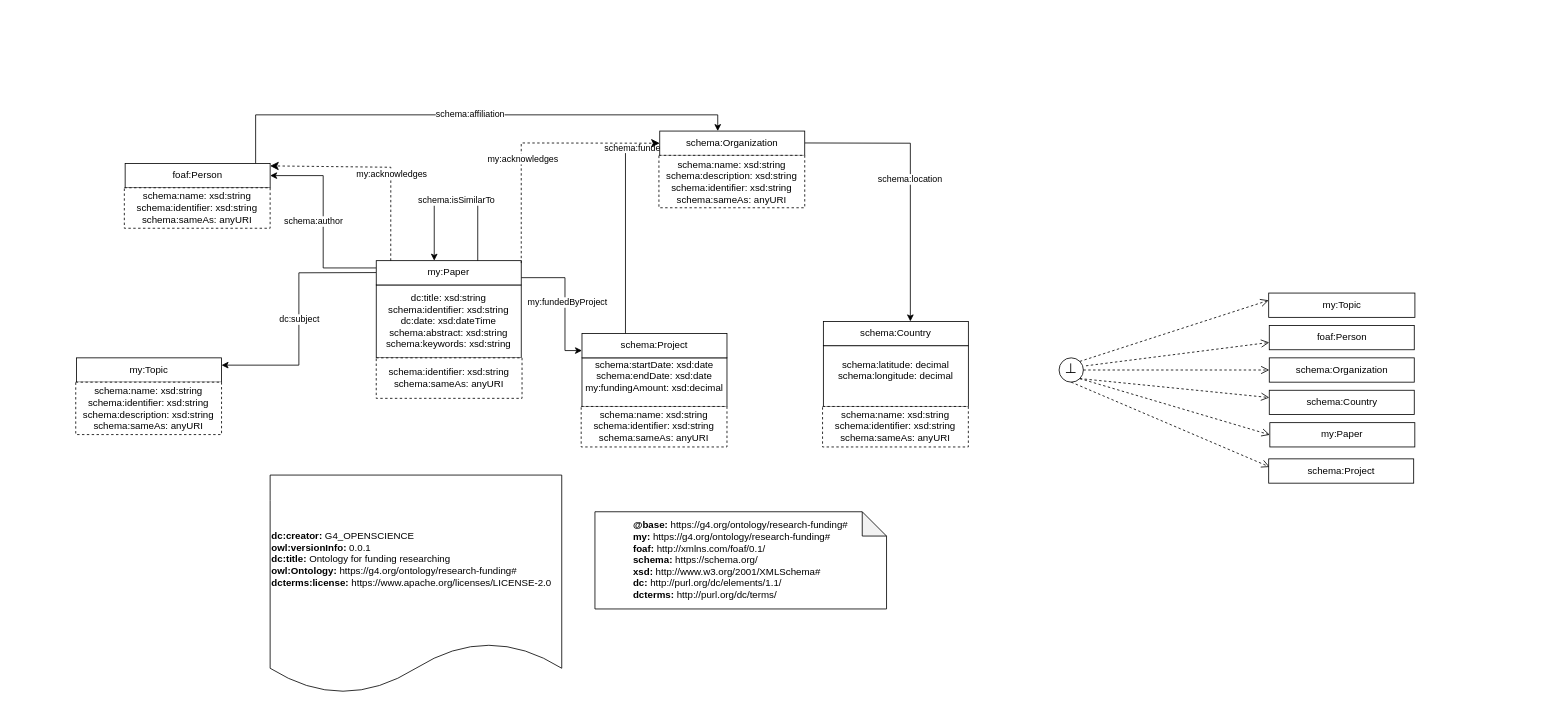
Above: assigment_2/step_1/ontology/ontology.drawio.xml in SergioZSZ/OS-IA-Pipegrobid (draw.io), before the change. Source tidied: cells renumbered, new cells numbered last; positions are measured from the earlier drawing's top-left corner, leaving out a move shared by most shapes. Both pictures are drawn from the tidied source at 81%, with x=0, y=0 at pixel (75, 130).
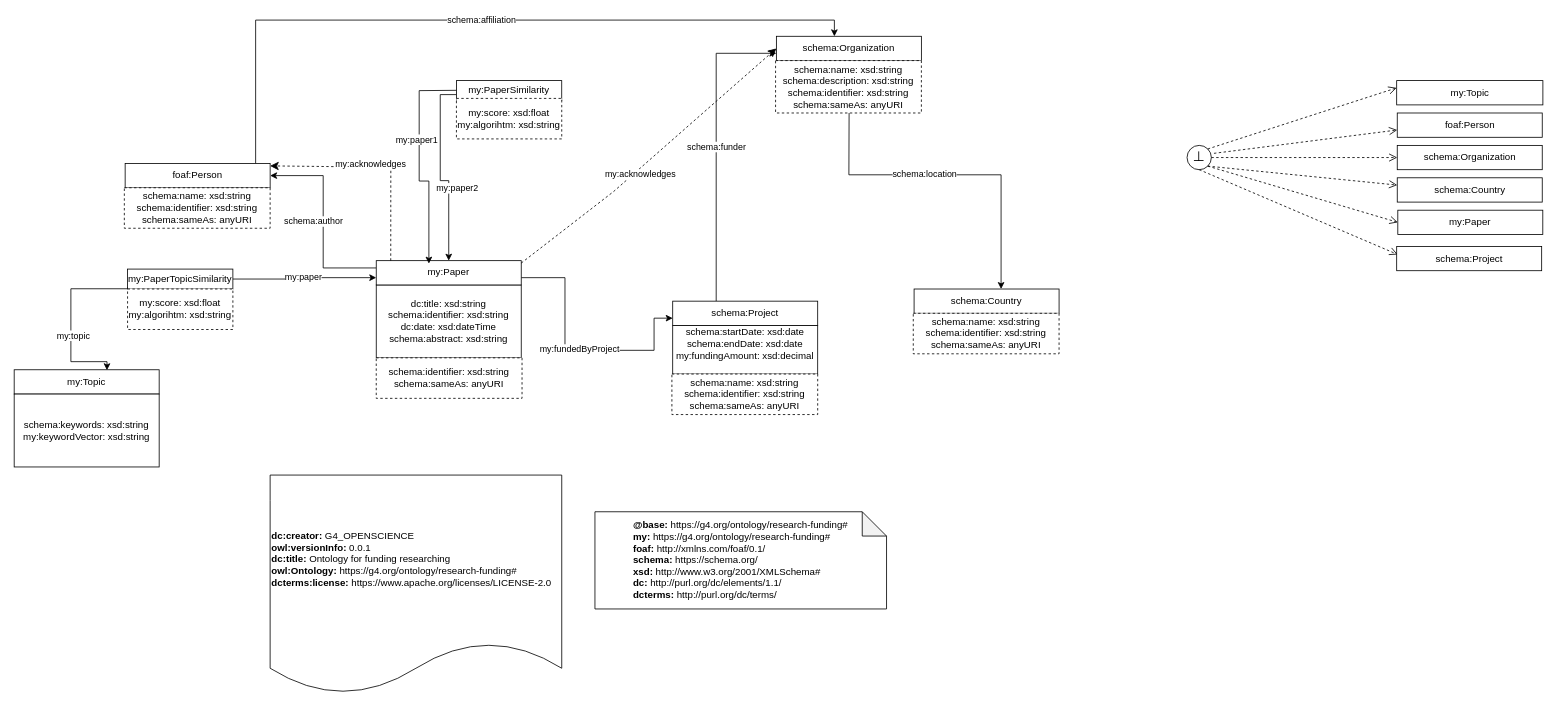
The same page after the edit.

The change refers to these unchanged cells:
```xml
<mxCell id="10" value="my:Paper" style="rounded=0;whiteSpace=wrap;html=1;snapToPoint=1;points=[[0.1,0],[0.2,0],[0.3,0],[0.4,0],[0.5,0],[0.6,0],[0.7,0],[0.8,0],[0.9,0],[0,0.1],[0,0.3],[0,0.5],[0,0.7],[0,0.9],[0.1,1],[0.2,1],[0.3,1],[0.4,1],[0.5,1],[0.6,1],[0.7,1],[0.8,1],[0.9,1],[1,0.1],[1,0.3],[1,0.5],[1,0.7],[1,0.9]];" parent="1" vertex="1">
  <mxGeometry x="371" y="160.3" width="179" height="30" as="geometry" />
</mxCell>
<mxCell id="41" style="endArrow=classic;html=1;exitX=0.1;exitY=0;exitDx=0;exitDy=0;entryX=1;entryY=0.1;entryDx=0;entryDy=0;endSize=8;dashed=1;arcSize=0;rounded=0;" parent="1" edge="1" source="10" target="3">
  <mxGeometry relative="1" as="geometry">
    <Array as="points">
      <mxPoint x="389" y="45" />
    </Array>
  </mxGeometry>
</mxCell>
```

What changed in the source:
```diff
@@
-    <mxCell id="4" value="dc:title: xsd:string&lt;div&gt;schema:identifier: xsd:string&lt;/div&gt;&lt;div&gt;dc:date: xsd:dateTime&lt;/div&gt;&lt;div&gt;schema:abstract: xsd:string&lt;/div&gt;&lt;div&gt;schema:keywords: xsd:string&lt;/div&gt;" style="rounded=0;whiteSpace=wrap;html=1;" parent="1" vertex="1">
+    <mxCell id="4" value="dc:title: xsd:string&lt;div&gt;schema:identifier: xsd:string&lt;/div&gt;&lt;div&gt;dc:date: xsd:dateTime&lt;/div&gt;&lt;div&gt;schema:abstract: xsd:string&lt;/div&gt;" style="rounded=0;whiteSpace=wrap;html=1;" parent="1" vertex="1">
       <mxGeometry x="371" y="190.3" width="179" height="90" as="geometry" />
     </mxCell>
@@
-    <mxCell id="7" value="dc:subject" style="edgeStyle=orthogonalEdgeStyle;rounded=0;jettySize=auto;html=1;entryX=1;entryY=0.3;entryDx=0;entryDy=0;" parent="1" edge="1" source="10" target="16">
-      <mxGeometry relative="1" as="geometry" />
-    </mxCell>
     <mxCell id="8" style="edgeStyle=orthogonalEdgeStyle;rounded=0;jettySize=auto;html=1;exitX=1;exitY=0.7;exitDx=0;exitDy=0;entryX=0;entryY=0.7;entryDx=0;entryDy=0;" parent="1" edge="1" source="10" target="36">
       <mxGeometry relative="1" as="geometry">
         <Array as="points">
           <mxPoint x="604" y="181" />
           <mxPoint x="604" y="271" />
+          <mxPoint x="714" y="271" />
+          <mxPoint x="714" y="231" />
         </Array>
       </mxGeometry>
     </mxCell>
@@
     <mxCell id="12" value="schema:Organization" style="rounded=0;whiteSpace=wrap;html=1;snapToPoint=1;points=[[0.1,0],[0.2,0],[0.3,0],[0.4,0],[0.5,0],[0.6,0],[0.7,0],[0.8,0],[0.9,0],[0,0.1],[0,0.3],[0,0.5],[0,0.7],[0,0.9],[0.1,1],[0.2,1],[0.3,1],[0.4,1],[0.5,1],[0.6,1],[0.7,1],[0.8,1],[0.9,1],[1,0.1],[1,0.3],[1,0.5],[1,0.7],[1,0.9]];" parent="1" vertex="1">
-      <mxGeometry x="721" y="0.3" width="179" height="30" as="geometry" />
+      <mxGeometry x="865" y="-116.7" width="179" height="30" as="geometry" />
     </mxCell>
-    <mxCell id="13" value="&lt;div&gt;&lt;span style=&quot;background-color: transparent; color: light-dark(rgb(0, 0, 0), rgb(255, 255, 255));&quot;&gt;schema:latitude: decimal&lt;/span&gt;&lt;/div&gt;&lt;div&gt;schema:longitude: decimal&lt;/div&gt;&lt;div&gt;&lt;br&gt;&lt;/div&gt;" style="rounded=0;whiteSpace=wrap;html=1;" parent="1" vertex="1">
-      <mxGeometry x="923" y="265.3" width="179" height="75" as="geometry" />
-    </mxCell>
     <mxCell id="14" value="schema:Country" style="rounded=0;whiteSpace=wrap;html=1;snapToPoint=1;points=[[0.1,0],[0.2,0],[0.3,0],[0.4,0],[0.5,0],[0.6,0],[0.7,0],[0.8,0],[0.9,0],[0,0.1],[0,0.3],[0,0.5],[0,0.7],[0,0.9],[0.1,1],[0.2,1],[0.3,1],[0.4,1],[0.5,1],[0.6,1],[0.7,1],[0.8,1],[0.9,1],[1,0.1],[1,0.3],[1,0.5],[1,0.7],[1,0.9]];" parent="1" vertex="1">
-      <mxGeometry x="923" y="235.3" width="179" height="30" as="geometry" />
+      <mxGeometry x="1035" y="195.3" width="179" height="30" as="geometry" />
     </mxCell>
@@
     <mxCell id="16" value="my:Topic" style="rounded=0;whiteSpace=wrap;html=1;snapToPoint=1;points=[[0.1,0],[0.2,0],[0.3,0],[0.4,0],[0.5,0],[0.6,0],[0.7,0],[0.8,0],[0.9,0],[0,0.1],[0,0.3],[0,0.5],[0,0.7],[0,0.9],[0.1,1],[0.2,1],[0.3,1],[0.4,1],[0.5,1],[0.6,1],[0.7,1],[0.8,1],[0.9,1],[1,0.1],[1,0.3],[1,0.5],[1,0.7],[1,0.9]];" parent="1" vertex="1">
-      <mxGeometry x="1" y="280.3" width="179" height="30" as="geometry" />
+      <mxGeometry x="-76" y="295" width="179" height="30" as="geometry" />
     </mxCell>
@@
-    <mxCell id="19" value="schema:name: xsd:string&lt;div&gt;schema:identifier: xsd:string&lt;/div&gt;&lt;div&gt;&lt;div&gt;schema:description: xsd:string&lt;/div&gt;&lt;/div&gt;&lt;div&gt;schema:sameAs: anyURI&lt;/div&gt;" style="rounded=0;whiteSpace=wrap;html=1;dashed=1;" parent="1" vertex="1">
-      <mxGeometry y="310.3" width="180" height="64.7" as="geometry" />
-    </mxCell>
     <mxCell id="20" value="schema:name: xsd:string&lt;div&gt;&lt;div&gt;schema:description: xsd:string&lt;/div&gt;&lt;div&gt;schema:identifier: xsd:string&lt;/div&gt;&lt;div&gt;schema:sameAs: anyURI&lt;/div&gt;&lt;/div&gt;" style="rounded=0;whiteSpace=wrap;html=1;dashed=1;" parent="1" vertex="1">
-      <mxGeometry x="720" y="30.3" width="180" height="64.7" as="geometry" />
+      <mxGeometry x="864" y="-86.7" width="180" height="64.7" as="geometry" />
     </mxCell>
     <mxCell id="21" value="schema:name: xsd:string&lt;div&gt;schema:identifier: xsd:string&lt;/div&gt;&lt;div&gt;schema:sameAs: anyURI&lt;/div&gt;" style="rounded=0;whiteSpace=wrap;html=1;dashed=1;" parent="1" vertex="1">
-      <mxGeometry x="922" y="340.3" width="180" height="50" as="geometry" />
+      <mxGeometry x="1034" y="225.3" width="180" height="50" as="geometry" />
     </mxCell>
     <mxCell id="22" value="⊥" style="ellipse;whiteSpace=wrap;html=1;fontSize=17;" parent="1" vertex="1">
-      <mxGeometry x="1214" y="280.3" width="30" height="30" as="geometry" />
+      <mxGeometry x="1372" y="18" width="30" height="30" as="geometry" />
     </mxCell>
     <mxCell id="23" value="my:Topic" style="rounded=0;whiteSpace=wrap;html=1;snapToPoint=1;points=[[0.1,0],[0.2,0],[0.3,0],[0.4,0],[0.5,0],[0.6,0],[0.7,0],[0.8,0],[0.9,0],[0,0.1],[0,0.3],[0,0.5],[0,0.7],[0,0.9],[0.1,1],[0.2,1],[0.3,1],[0.4,1],[0.5,1],[0.6,1],[0.7,1],[0.8,1],[0.9,1],[1,0.1],[1,0.3],[1,0.5],[1,0.7],[1,0.9]];" parent="1" vertex="1">
-      <mxGeometry x="1472.8" y="200.3" width="180.5" height="30" as="geometry" />
+      <mxGeometry x="1630.8" y="-62" width="180.5" height="30" as="geometry" />
     </mxCell>
     <mxCell id="24" value="my:Paper" style="rounded=0;whiteSpace=wrap;html=1;snapToPoint=1;points=[[0.1,0],[0.2,0],[0.3,0],[0.4,0],[0.5,0],[0.6,0],[0.7,0],[0.8,0],[0.9,0],[0,0.1],[0,0.3],[0,0.5],[0,0.7],[0,0.9],[0.1,1],[0.2,1],[0.3,1],[0.4,1],[0.5,1],[0.6,1],[0.7,1],[0.8,1],[0.9,1],[1,0.1],[1,0.3],[1,0.5],[1,0.7],[1,0.9]];" parent="1" vertex="1">
-      <mxGeometry x="1474.2" y="360.3" width="179" height="30" as="geometry" />
+      <mxGeometry x="1632.2" y="98" width="179" height="30" as="geometry" />
     </mxCell>
     <mxCell id="25" value="schema:Organization" style="rounded=0;whiteSpace=wrap;html=1;snapToPoint=1;points=[[0.1,0],[0.2,0],[0.3,0],[0.4,0],[0.5,0],[0.6,0],[0.7,0],[0.8,0],[0.9,0],[0,0.1],[0,0.3],[0,0.5],[0,0.7],[0,0.9],[0.1,1],[0.2,1],[0.3,1],[0.4,1],[0.5,1],[0.6,1],[0.7,1],[0.8,1],[0.9,1],[1,0.1],[1,0.3],[1,0.5],[1,0.7],[1,0.9]];" parent="1" vertex="1">
-      <mxGeometry x="1473.5" y="280.3" width="179" height="30" as="geometry" />
+      <mxGeometry x="1631.5" y="18" width="179" height="30" as="geometry" />
     </mxCell>
     <mxCell id="26" value="schema:Country" style="rounded=0;whiteSpace=wrap;html=1;snapToPoint=1;points=[[0.1,0],[0.2,0],[0.3,0],[0.4,0],[0.5,0],[0.6,0],[0.7,0],[0.8,0],[0.9,0],[0,0.1],[0,0.3],[0,0.5],[0,0.7],[0,0.9],[0.1,1],[0.2,1],[0.3,1],[0.4,1],[0.5,1],[0.6,1],[0.7,1],[0.8,1],[0.9,1],[1,0.1],[1,0.3],[1,0.5],[1,0.7],[1,0.9]];" parent="1" vertex="1">
-      <mxGeometry x="1473.5" y="320.3" width="179" height="30" as="geometry" />
+      <mxGeometry x="1631.5" y="58" width="179" height="30" as="geometry" />
     </mxCell>
     <mxCell id="27" value="foaf:Person" style="rounded=0;whiteSpace=wrap;html=1;snapToPoint=1;points=[[0.1,0],[0.2,0],[0.3,0],[0.4,0],[0.5,0],[0.6,0],[0.7,0],[0.8,0],[0.9,0],[0,0.1],[0,0.3],[0,0.5],[0,0.7],[0,0.9],[0.1,1],[0.2,1],[0.3,1],[0.4,1],[0.5,1],[0.6,1],[0.7,1],[0.8,1],[0.9,1],[1,0.1],[1,0.3],[1,0.5],[1,0.7],[1,0.9]];" parent="1" vertex="1">
-      <mxGeometry x="1473.5" y="240.3" width="179" height="30" as="geometry" />
+      <mxGeometry x="1631.5" y="-22" width="179" height="30" as="geometry" />
     </mxCell>
@@
-    <mxCell id="33" style="edgeStyle=orthogonalEdgeStyle;rounded=0;orthogonalLoop=1;jettySize=auto;html=1;exitX=0.7;exitY=0;exitDx=0;exitDy=0;entryX=0.4;entryY=0;entryDx=0;entryDy=0;" parent="1" edge="1" source="10" target="10">
-      <mxGeometry relative="1" as="geometry">
-        <Array as="points">
-          <mxPoint x="496" y="85" />
-          <mxPoint x="443" y="85" />
-        </Array>
-      </mxGeometry>
-    </mxCell>
-    <mxCell id="34" value="schema:isSimilarTo" style="edgeLabel;html=1;align=center;verticalAlign=middle;" parent="33" vertex="1">
-      <mxGeometry relative="1" as="geometry" />
-    </mxCell>
     <mxCell id="35" value="&lt;div&gt;schema:startDate: xsd:date&lt;/div&gt;&lt;div&gt;schema:endDate: xsd:date&lt;/div&gt;&lt;div&gt;my:fundingAmount: xsd:decimal&lt;/div&gt;&lt;div&gt;&lt;br&gt;&lt;/div&gt;" style="rounded=0;whiteSpace=wrap;html=1;" parent="1" vertex="1">
-      <mxGeometry x="625" y="280.3" width="179" height="60" as="geometry" />
+      <mxGeometry x="737" y="240.3" width="179" height="60" as="geometry" />
     </mxCell>
     <mxCell id="36" value="schema:Project" style="rounded=0;whiteSpace=wrap;html=1;snapToPoint=1;points=[[0.1,0],[0.2,0],[0.3,0],[0.4,0],[0.5,0],[0.6,0],[0.7,0],[0.8,0],[0.9,0],[0,0.1],[0,0.3],[0,0.5],[0,0.7],[0,0.9],[0.1,1],[0.2,1],[0.3,1],[0.4,1],[0.5,1],[0.6,1],[0.7,1],[0.8,1],[0.9,1],[1,0.1],[1,0.3],[1,0.5],[1,0.7],[1,0.9]];" parent="1" vertex="1">
-      <mxGeometry x="625" y="250.3" width="179" height="30" as="geometry" />
+      <mxGeometry x="737" y="210.3" width="179" height="30" as="geometry" />
     </mxCell>
     <mxCell id="37" value="schema:name: xsd:string&lt;div&gt;schema:identifier: xsd:string&lt;/div&gt;&lt;div&gt;schema:sameAs: anyURI&lt;/div&gt;" style="rounded=0;whiteSpace=wrap;html=1;dashed=1;" parent="1" vertex="1">
-      <mxGeometry x="624" y="340.3" width="180" height="50" as="geometry" />
+      <mxGeometry x="736" y="300.3" width="180" height="50" as="geometry" />
     </mxCell>
@@
     <mxCell id="40" value="schema:Project" style="rounded=0;whiteSpace=wrap;html=1;snapToPoint=1;points=[[0.1,0],[0.2,0],[0.3,0],[0.4,0],[0.5,0],[0.6,0],[0.7,0],[0.8,0],[0.9,0],[0,0.1],[0,0.3],[0,0.5],[0,0.7],[0,0.9],[0.1,1],[0.2,1],[0.3,1],[0.4,1],[0.5,1],[0.6,1],[0.7,1],[0.8,1],[0.9,1],[1,0.1],[1,0.3],[1,0.5],[1,0.7],[1,0.9]];" parent="1" vertex="1">
-      <mxGeometry x="1472.8" y="405" width="179" height="30" as="geometry" />
+      <mxGeometry x="1630.8" y="142.7" width="179" height="30" as="geometry" />
     </mxCell>
@@
     <mxCell id="42" value="&lt;div&gt;my:acknowledges&lt;/div&gt;" style="edgeLabel;html=1;align=center;verticalAlign=middle;" parent="41" vertex="1">
-      <mxGeometry x="-0.19" y="-1" relative="1" as="geometry" />
+      <mxGeometry x="-0.19" y="-1" relative="1" as="geometry">
+        <mxPoint x="-26" y="-13" as="offset" />
+      </mxGeometry>
     </mxCell>
     <mxCell id="43" style="endArrow=classic;html=1;exitX=1;exitY=0.1;exitDx=0;exitDy=0;entryX=0;entryY=0.5;entryDx=0;entryDy=0;endSize=8;dashed=1;arcSize=0;rounded=0;" parent="1" edge="1" source="10" target="12">
       <mxGeometry relative="1" as="geometry">
         <Array as="points">
-          <mxPoint x="550" y="15" />
+          <mxPoint x="664" y="75" />
         </Array>
       </mxGeometry>
     </mxCell>
     <mxCell id="44" value="&lt;div&gt;my:acknowledges&lt;/div&gt;" style="edgeLabel;html=1;align=center;verticalAlign=middle;" parent="43" vertex="1">
-      <mxGeometry x="-0.19" y="-1" relative="1" as="geometry" />
+      <mxGeometry x="-0.19" y="-1" relative="1" as="geometry">
+        <mxPoint x="15" y="-7" as="offset" />
+      </mxGeometry>
     </mxCell>
+    <mxCell id="45" value="&lt;div&gt;&lt;br&gt;&lt;/div&gt;&lt;div&gt;schema:keywords: xsd:string&lt;div&gt;my:keywordVector: xsd:string&lt;/div&gt;&lt;div&gt;&lt;br&gt;&lt;/div&gt;&lt;/div&gt;" style="rounded=0;whiteSpace=wrap;html=1;" parent="1" vertex="1">
+      <mxGeometry x="-76" y="325" width="179" height="90" as="geometry" />
+    </mxCell>
+    <mxCell id="46" style="edgeStyle=orthogonalEdgeStyle;rounded=0;jettySize=auto;html=1;exitX=0;exitY=0.9;exitDx=0;exitDy=0;entryX=0.64;entryY=0.018;entryDx=0;entryDy=0;entryPerimeter=0;" parent="1" edge="1" source="50" target="16">
+      <mxGeometry relative="1" as="geometry">
+        <Array as="points">
+          <mxPoint x="-6" y="195" />
+          <mxPoint x="-6" y="285" />
+          <mxPoint x="39" y="285" />
+        </Array>
+      </mxGeometry>
+    </mxCell>
+    <mxCell id="47" value="my:topic" style="edgeLabel;html=1;align=center;verticalAlign=middle;" parent="46" vertex="1">
+      <mxGeometry x="0.2" y="2" relative="1" as="geometry" />
+    </mxCell>
+    <mxCell id="48" style="edgeStyle=orthogonalEdgeStyle;rounded=0;jettySize=auto;html=1;entryX=0;entryY=0.7;entryDx=0;entryDy=0;" parent="1" edge="1" source="50" target="10">
+      <mxGeometry relative="1" as="geometry" />
+    </mxCell>
+    <mxCell id="49" value="my:paper" style="edgeLabel;html=1;align=center;verticalAlign=middle;" parent="48" vertex="1">
+      <mxGeometry x="-0.04" y="3" relative="1" as="geometry" />
+    </mxCell>
+    <mxCell id="50" value="my:PaperTopicSimilarity" style="rounded=0;whiteSpace=wrap;html=1;snapToPoint=1;points=[[0.1,0],[0.2,0],[0.3,0],[0.4,0],[0.5,0],[0.6,0],[0.7,0],[0.8,0],[0.9,0],[0,0.1],[0,0.3],[0,0.5],[0,0.7],[0,0.9],[0.1,1],[0.2,1],[0.3,1],[0.4,1],[0.5,1],[0.6,1],[0.7,1],[0.8,1],[0.9,1],[1,0.1],[1,0.3],[1,0.5],[1,0.7],[1,0.9]];" parent="1" vertex="1">
+      <mxGeometry x="64" y="170.7" width="130" height="24.7" as="geometry" />
+    </mxCell>
+    <mxCell id="51" style="edgeStyle=orthogonalEdgeStyle;rounded=0;jettySize=auto;html=1;exitX=0;exitY=0.7;exitDx=0;exitDy=0;entryX=0.5;entryY=0;entryDx=0;entryDy=0;" parent="1" edge="1" source="53" target="10">
+      <mxGeometry relative="1" as="geometry" />
+    </mxCell>
+    <mxCell id="52" value="my:paper2" style="edgeLabel;html=1;align=center;verticalAlign=middle;" parent="51" vertex="1">
+      <mxGeometry x="0.2" y="3" relative="1" as="geometry">
+        <mxPoint x="7" y="5" as="offset" />
+      </mxGeometry>
+    </mxCell>
+    <mxCell id="53" value="my:PaperSimilarity" style="rounded=0;whiteSpace=wrap;html=1;snapToPoint=1;points=[[0.1,0],[0.2,0],[0.3,0],[0.4,0],[0.5,0],[0.6,0],[0.7,0],[0.8,0],[0.9,0],[0,0.1],[0,0.3],[0,0.5],[0,0.7],[0,0.9],[0.1,1],[0.2,1],[0.3,1],[0.4,1],[0.5,1],[0.6,1],[0.7,1],[0.8,1],[0.9,1],[1,0.1],[1,0.3],[1,0.5],[1,0.7],[1,0.9]];" parent="1" vertex="1">
+      <mxGeometry x="470" y="-62" width="130" height="24.7" as="geometry" />
+    </mxCell>
+    <mxCell id="54" value="&lt;div&gt;my:score: xsd:float&lt;/div&gt;&lt;div&gt;my:algorihtm: xsd:string&lt;/div&gt;" style="rounded=0;whiteSpace=wrap;html=1;dashed=1;" parent="1" vertex="1">
+      <mxGeometry x="64" y="195.3" width="130" height="50" as="geometry" />
+    </mxCell>
+    <mxCell id="55" value="&lt;div&gt;my:score: xsd:float&lt;/div&gt;&lt;div&gt;my:algorihtm: xsd:string&lt;/div&gt;" style="rounded=0;whiteSpace=wrap;html=1;dashed=1;" parent="1" vertex="1">
+      <mxGeometry x="470" y="-40" width="130" height="50" as="geometry" />
+    </mxCell>
+    <mxCell id="56" style="edgeStyle=orthogonalEdgeStyle;rounded=0;jettySize=auto;html=1;entryX=0.363;entryY=0.122;entryDx=0;entryDy=0;entryPerimeter=0;" parent="1" edge="1" source="53" target="10">
+      <mxGeometry relative="1" as="geometry">
+        <Array as="points">
+          <mxPoint x="424" y="-50" />
+          <mxPoint x="424" y="62" />
+          <mxPoint x="436" y="62" />
+        </Array>
+      </mxGeometry>
+    </mxCell>
+    <mxCell id="57" value="my:paper1" style="edgeLabel;html=1;align=center;verticalAlign=middle;" parent="56" vertex="1">
+      <mxGeometry x="-0.05" y="-1" relative="1" as="geometry">
+        <mxPoint x="-3" y="-23" as="offset" />
+      </mxGeometry>
+    </mxCell>
```
